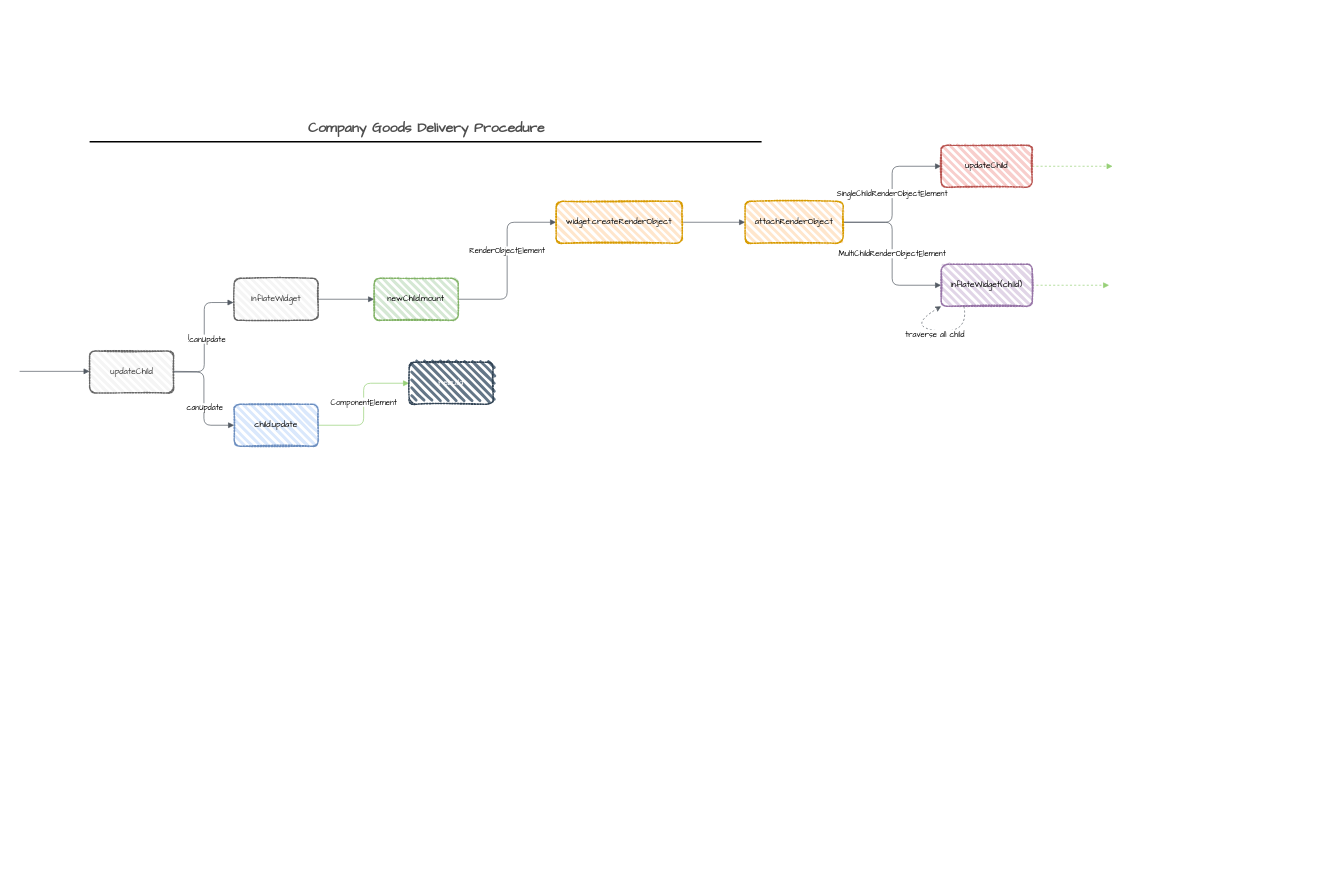
XVXVXXX/Algorithms keeps this draw.io diagram as Sort/Untitled Diagram.drawio. Above is the earlier version. Source tidied: cells renumbered, new cells numbered last; positions are measured from the earlier drawing's top-left corner, leaving out a move shared by most shapes. Both pictures are drawn from the tidied source at 70%, with x=0, y=0 at pixel (20, 117).
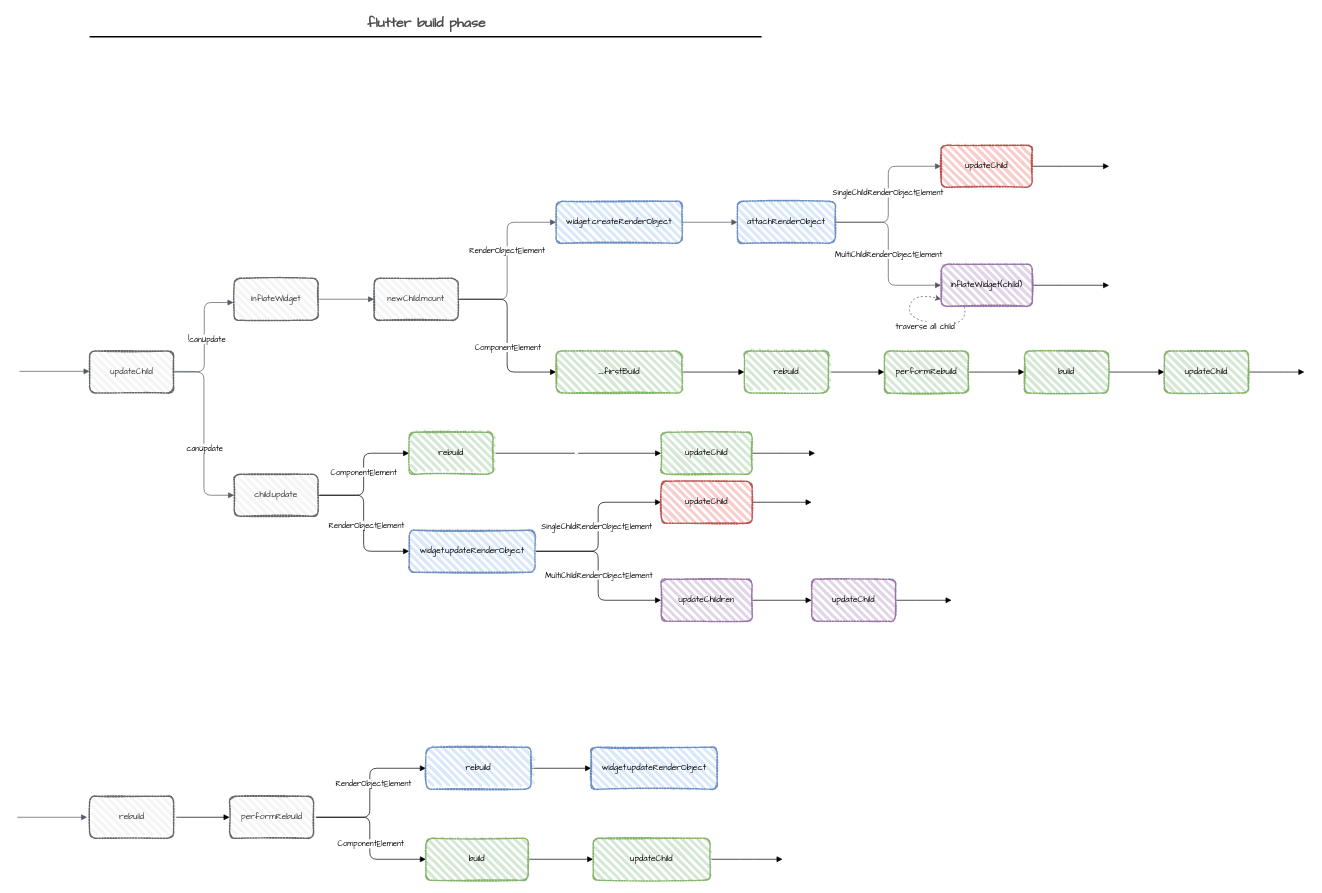
The same diagram, later.

The change refers to these unchanged cells:
```xml
<mxCell id="25" value="updateChild" style="whiteSpace=wrap;html=1;rounded=1;dashed=1;dashPattern=1 1;fontFamily=Comic Sans MS;strokeColor=#b85450;strokeWidth=2;fillColor=#f8cecc;sketch=1;fillWeight=4;hachureGap=8;hachureAngle=45;" parent="1" vertex="1">
  <mxGeometry x="1316" y="40" width="130" height="60" as="geometry" />
</mxCell>
<mxCell id="27" value="inflateWidget(child)" style="whiteSpace=wrap;html=1;rounded=1;dashed=1;dashPattern=1 1;fontFamily=Comic Sans MS;strokeColor=#9673a6;strokeWidth=2;fillColor=#e1d5e7;sketch=1;fillWeight=4;hachureGap=8;hachureAngle=45;" parent="1" vertex="1">
  <mxGeometry x="1316" y="210" width="130" height="60" as="geometry" />
</mxCell>
```

What changed in the source:
```diff
@@
-    <mxCell id="2" value="Company Goods Delivery Procedure" style="text;html=1;strokeColor=none;fillColor=none;align=center;verticalAlign=middle;whiteSpace=wrap;rounded=0;fontStyle=1;fontSize=20;fontColor=#4D4D4D;fontFamily=Comic Sans MS;" parent="1" vertex="1">
-      <mxGeometry x="185.5" width="790" height="30" as="geometry" />
+    <mxCell id="2" value="flutter build phase" style="text;html=1;strokeColor=none;fillColor=none;align=center;verticalAlign=middle;whiteSpace=wrap;rounded=0;fontStyle=1;fontSize=20;fontColor=#4D4D4D;fontFamily=Comic Sans MS;" parent="1" vertex="1">
+      <mxGeometry x="185.5" y="-150" width="790" height="30" as="geometry" />
     </mxCell>
     <mxCell id="3" style="line;strokeWidth=2;html=1;fontSize=20;fontColor=#4D4D4D;fontFamily=Comic Sans MS;" parent="1" vertex="1">
-      <mxGeometry x="99.5" y="30" width="960" height="10" as="geometry" />
+      <mxGeometry x="99.5" y="-120" width="960" height="10" as="geometry" />
     </mxCell>
@@
-    <mxCell id="8" style="edgeStyle=orthogonalEdgeStyle;rounded=1;sketch=0;jettySize=auto;html=1;shadow=0;endArrow=block;endFill=1;strokeColor=#97D077;fontFamily=Comic Sans MS;" parent="1" edge="1" source="10" target="30">
+    <mxCell id="8" style="edgeStyle=orthogonalEdgeStyle;rounded=1;sketch=0;jettySize=auto;html=1;shadow=0;endArrow=block;endFill=1;fontFamily=Comic Sans MS;" parent="1" edge="1" source="10" target="30">
       <mxGeometry relative="1" as="geometry" />
     </mxCell>
@@
+    <mxCell id="31" style="edgeStyle=orthogonalEdgeStyle;rounded=1;sketch=0;jettySize=auto;html=1;entryX=0;entryY=0.5;entryDx=0;entryDy=0;shadow=0;endArrow=block;endFill=1;strokeColor=#000000;fontFamily=Comic Sans MS;fontColor=#6C8EBF;" parent="1" edge="1" source="10" target="51">
+      <mxGeometry relative="1" as="geometry" />
+    </mxCell>
+    <mxCell id="32" value="&lt;span style=&quot;color: rgb(0 , 0 , 0)&quot;&gt;RenderObjectElement&lt;/span&gt;" style="edgeLabel;html=1;align=center;verticalAlign=middle;fontFamily=Comic Sans MS;fontColor=#6C8EBF;" parent="31" vertex="1">
+      <mxGeometry x="0.02" y="3" relative="1" as="geometry" />
+    </mxCell>
-    <mxCell id="10" value="child.update" style="rounded=1;whiteSpace=wrap;html=1;strokeWidth=2;fillWeight=4;hachureGap=8;hachureAngle=45;fillColor=#dae8fc;sketch=1;dashed=1;dashPattern=1 1;strokeColor=#6c8ebf;fontFamily=Comic Sans MS;" parent="1" vertex="1">
-      <mxGeometry x="306" y="410" width="120" height="60" as="geometry" />
+    <mxCell id="10" value="child.update" style="rounded=1;whiteSpace=wrap;html=1;strokeWidth=2;fillWeight=4;hachureGap=8;hachureAngle=45;fillColor=#f5f5f5;sketch=1;dashed=1;dashPattern=1 1;strokeColor=#666666;fontFamily=Comic Sans MS;fontColor=#333333;" parent="1" vertex="1">
+      <mxGeometry x="306" y="510" width="120" height="60" as="geometry" />
     </mxCell>
@@
+    <mxCell id="33" style="edgeStyle=orthogonalEdgeStyle;rounded=1;sketch=0;jettySize=auto;html=1;entryX=0;entryY=0.5;entryDx=0;entryDy=0;shadow=0;endArrow=block;endFill=1;strokeColor=#000000;fontFamily=Comic Sans MS;" parent="1" edge="1" source="17" target="38">
+      <mxGeometry relative="1" as="geometry" />
+    </mxCell>
+    <mxCell id="34" value="ComponentElement" style="edgeLabel;html=1;align=center;verticalAlign=middle;fontFamily=Comic Sans MS;" parent="33" vertex="1">
+      <mxGeometry x="0.13" relative="1" as="geometry" />
+    </mxCell>
-    <mxCell id="17" value="newChild.mount" style="whiteSpace=wrap;html=1;rounded=1;dashed=1;dashPattern=1 1;fontFamily=Comic Sans MS;strokeColor=#82b366;strokeWidth=2;fillColor=#d5e8d4;sketch=1;fillWeight=4;hachureGap=8;hachureAngle=45;" parent="1" vertex="1">
+    <mxCell id="17" value="newChild.mount" style="whiteSpace=wrap;html=1;rounded=1;dashed=1;dashPattern=1 1;fontFamily=Comic Sans MS;strokeColor=#666666;strokeWidth=2;fillColor=#f5f5f5;sketch=1;fillWeight=4;hachureGap=8;hachureAngle=45;fontColor=#333333;" parent="1" vertex="1">
       <mxGeometry x="506" y="230" width="120" height="60" as="geometry" />
     </mxCell>
@@
-    <mxCell id="19" value="widget.createRenderObject" style="whiteSpace=wrap;html=1;rounded=1;dashed=1;dashPattern=1 1;fontFamily=Comic Sans MS;strokeColor=#d79b00;strokeWidth=2;fillColor=#ffe6cc;sketch=1;fillWeight=4;hachureGap=8;hachureAngle=45;" parent="1" vertex="1">
+    <mxCell id="19" value="widget.createRenderObject" style="whiteSpace=wrap;html=1;rounded=1;dashed=1;dashPattern=1 1;fontFamily=Comic Sans MS;strokeColor=#6c8ebf;strokeWidth=2;fillColor=#dae8fc;sketch=1;fillWeight=4;hachureGap=8;hachureAngle=45;" parent="1" vertex="1">
       <mxGeometry x="766" y="120" width="180" height="60" as="geometry" />
     </mxCell>
@@
-    <mxCell id="23" value="attachRenderObject" style="whiteSpace=wrap;html=1;rounded=1;dashed=1;dashPattern=1 1;fontFamily=Comic Sans MS;strokeColor=#d79b00;strokeWidth=2;fillColor=#ffe6cc;sketch=1;fillWeight=4;hachureGap=8;hachureAngle=45;" parent="1" vertex="1">
-      <mxGeometry x="1036" y="120" width="140" height="60" as="geometry" />
+    <mxCell id="23" value="attachRenderObject" style="whiteSpace=wrap;html=1;rounded=1;dashed=1;dashPattern=1 1;fontFamily=Comic Sans MS;strokeColor=#6c8ebf;strokeWidth=2;fillColor=#dae8fc;sketch=1;fillWeight=4;hachureGap=8;hachureAngle=45;" parent="1" vertex="1">
+      <mxGeometry x="1025" y="120" width="140" height="60" as="geometry" />
     </mxCell>
-    <mxCell id="24" style="edgeStyle=orthogonalEdgeStyle;rounded=1;jettySize=auto;html=1;shadow=0;dashed=1;endArrow=block;endFill=1;fontFamily=Comic Sans MS;strokeColor=#97D077;" parent="1" edge="1" source="25">
+    <mxCell id="24" style="edgeStyle=orthogonalEdgeStyle;rounded=1;jettySize=auto;html=1;shadow=0;endArrow=block;endFill=1;fontFamily=Comic Sans MS;" parent="1" edge="1" source="25">
       <mxGeometry relative="1" as="geometry">
-        <mxPoint x="1561" y="70" as="targetPoint" />
+        <mxPoint x="1556" y="70" as="targetPoint" />
       </mxGeometry>
     </mxCell>
@@
-    <mxCell id="26" style="edgeStyle=orthogonalEdgeStyle;rounded=1;sketch=0;jettySize=auto;html=1;shadow=0;dashed=1;endArrow=block;endFill=1;fontFamily=Comic Sans MS;strokeColor=#97D077;" parent="1" edge="1" source="27">
+    <mxCell id="26" style="edgeStyle=orthogonalEdgeStyle;rounded=1;sketch=0;jettySize=auto;html=1;shadow=0;endArrow=block;endFill=1;fontFamily=Comic Sans MS;" parent="1" edge="1" source="27">
       <mxGeometry relative="1" as="geometry">
         <mxPoint x="1556" y="240" as="targetPoint" />
       </mxGeometry>
     </mxCell>
@@
-    <mxCell id="28" style="curved=1;endArrow=classic;html=1;shadow=0;strokeColor=#545B64;fontFamily=Comic Sans MS;exitX=0.25;exitY=1;exitDx=0;exitDy=0;entryX=0;entryY=1;entryDx=0;entryDy=0;dashed=1;" parent="1" edge="1" source="27" target="27">
+    <mxCell id="28" style="curved=1;endArrow=classic;html=1;shadow=0;strokeColor=#545B64;fontFamily=Comic Sans MS;entryX=0;entryY=1;entryDx=0;entryDy=0;dashed=1;" parent="1" edge="1">
       <mxGeometry relative="1" as="geometry">
+        <mxPoint x="1349" y="270" as="sourcePoint" />
+        <mxPoint x="1316" y="260" as="targetPoint" />
         <Array as="points">
-          <mxPoint x="1356" y="310" />
-          <mxPoint x="1266" y="300" />
+          <mxPoint x="1356" y="300" />
+          <mxPoint x="1266" y="290" />
+          <mxPoint x="1276" y="250" />
         </Array>
       </mxGeometry>
     </mxCell>
@@
+    <mxCell id="35" style="edgeStyle=orthogonalEdgeStyle;rounded=1;sketch=0;jettySize=auto;html=1;shadow=0;endArrow=block;endFill=1;strokeColor=#000000;fontFamily=Comic Sans MS;fontColor=#6C8EBF;entryX=0;entryY=0.5;entryDx=0;entryDy=0;" parent="1" edge="1" source="30" target="62">
+      <mxGeometry relative="1" as="geometry" />
+    </mxCell>
+    <mxCell id="36" value="···" style="edgeLabel;html=1;align=center;verticalAlign=middle;fontFamily=Comic Sans MS;fontColor=#6C8EBF;" parent="35" vertex="1">
+      <mxGeometry x="-0.02" y="-1" relative="1" as="geometry" />
+    </mxCell>
-    <mxCell id="30" value="rebuild" style="whiteSpace=wrap;html=1;rounded=1;dashed=1;dashPattern=1 1;fontFamily=Comic Sans MS;strokeColor=#314354;strokeWidth=2;fillColor=#647687;sketch=1;fillWeight=4;hachureGap=8;hachureAngle=45;fontColor=#ffffff;" parent="1" vertex="1">
-      <mxGeometry x="556" y="350" width="120" height="60" as="geometry" />
+    <mxCell id="30" value="rebuild" style="whiteSpace=wrap;html=1;rounded=1;dashed=1;dashPattern=1 1;fontFamily=Comic Sans MS;strokeColor=#82b366;strokeWidth=2;fillColor=#d5e8d4;sketch=1;fillWeight=4;hachureGap=8;hachureAngle=45;" parent="1" vertex="1">
+      <mxGeometry x="556" y="450" width="120" height="60" as="geometry" />
     </mxCell>
+    <mxCell id="37" style="edgeStyle=orthogonalEdgeStyle;rounded=1;sketch=0;jettySize=auto;html=1;shadow=0;endArrow=block;endFill=1;strokeColor=#000000;fontFamily=Comic Sans MS;" parent="1" edge="1" source="38" target="40">
+      <mxGeometry relative="1" as="geometry" />
+    </mxCell>
+    <mxCell id="38" value="_firstBuild" style="whiteSpace=wrap;html=1;rounded=1;dashed=1;dashPattern=1 1;fontFamily=Comic Sans MS;strokeColor=#82b366;strokeWidth=2;fillColor=#d5e8d4;sketch=1;fillWeight=4;hachureGap=8;hachureAngle=45;" parent="1" vertex="1">
+      <mxGeometry x="766" y="334" width="180" height="60" as="geometry" />
+    </mxCell>
+    <mxCell id="39" style="edgeStyle=orthogonalEdgeStyle;rounded=1;sketch=0;jettySize=auto;html=1;shadow=0;endArrow=block;endFill=1;strokeColor=#000000;fontFamily=Comic Sans MS;" parent="1" edge="1" source="40" target="42">
+      <mxGeometry relative="1" as="geometry" />
+    </mxCell>
+    <mxCell id="40" value="rebuild" style="whiteSpace=wrap;html=1;rounded=1;dashed=1;dashPattern=1 1;fontFamily=Comic Sans MS;strokeColor=#82b366;strokeWidth=2;fillColor=#d5e8d4;sketch=1;fillWeight=4;hachureGap=8;hachureAngle=45;" parent="1" vertex="1">
+      <mxGeometry x="1035" y="334" width="120" height="60" as="geometry" />
+    </mxCell>
+    <mxCell id="41" style="edgeStyle=orthogonalEdgeStyle;rounded=1;sketch=0;jettySize=auto;html=1;shadow=0;endArrow=block;endFill=1;strokeColor=#000000;fontFamily=Comic Sans MS;" parent="1" edge="1" source="42" target="44">
+      <mxGeometry relative="1" as="geometry" />
+    </mxCell>
+    <mxCell id="42" value="performRebuild" style="whiteSpace=wrap;html=1;rounded=1;dashed=1;dashPattern=1 1;fontFamily=Comic Sans MS;strokeColor=#82b366;strokeWidth=2;fillColor=#d5e8d4;sketch=1;fillWeight=4;hachureGap=8;hachureAngle=45;" parent="1" vertex="1">
+      <mxGeometry x="1235" y="334" width="120" height="60" as="geometry" />
+    </mxCell>
+    <mxCell id="43" style="edgeStyle=orthogonalEdgeStyle;rounded=1;sketch=0;jettySize=auto;html=1;shadow=0;endArrow=block;endFill=1;strokeColor=#000000;fontFamily=Comic Sans MS;" parent="1" edge="1" source="44" target="46">
+      <mxGeometry relative="1" as="geometry" />
+    </mxCell>
+    <mxCell id="44" value="build" style="whiteSpace=wrap;html=1;rounded=1;dashed=1;dashPattern=1 1;fontFamily=Comic Sans MS;strokeColor=#82b366;strokeWidth=2;fillColor=#d5e8d4;sketch=1;fillWeight=4;hachureGap=8;hachureAngle=45;" parent="1" vertex="1">
+      <mxGeometry x="1435" y="334" width="120" height="60" as="geometry" />
+    </mxCell>
+    <mxCell id="45" style="edgeStyle=orthogonalEdgeStyle;rounded=1;sketch=0;jettySize=auto;html=1;shadow=0;endArrow=block;endFill=1;strokeColor=#000000;fontFamily=Comic Sans MS;fontColor=#6C8EBF;" parent="1" edge="1" source="46">
+      <mxGeometry relative="1" as="geometry">
+        <mxPoint x="1835" y="364" as="targetPoint" />
+      </mxGeometry>
+    </mxCell>
+    <mxCell id="46" value="updateChild" style="whiteSpace=wrap;html=1;rounded=1;dashed=1;dashPattern=1 1;fontFamily=Comic Sans MS;strokeColor=#82b366;strokeWidth=2;fillColor=#d5e8d4;sketch=1;fillWeight=4;hachureGap=8;hachureAngle=45;" parent="1" vertex="1">
+      <mxGeometry x="1635" y="334" width="120" height="60" as="geometry" />
+    </mxCell>
+    <mxCell id="47" style="edgeStyle=orthogonalEdgeStyle;rounded=1;sketch=0;jettySize=auto;html=1;shadow=0;endArrow=block;endFill=1;strokeColor=#000000;fontFamily=Comic Sans MS;fontColor=#6C8EBF;entryX=0;entryY=0.5;entryDx=0;entryDy=0;" parent="1" edge="1" source="51" target="53">
+      <mxGeometry relative="1" as="geometry" />
+    </mxCell>
+    <mxCell id="48" value="&lt;span style=&quot;color: rgb(0 , 0 , 0)&quot;&gt;SingleChildRenderObjectElement&lt;/span&gt;" style="edgeLabel;html=1;align=center;verticalAlign=middle;fontFamily=Comic Sans MS;fontColor=#6C8EBF;" parent="47" vertex="1">
+      <mxGeometry x="0.01" y="3" relative="1" as="geometry" />
+    </mxCell>
+    <mxCell id="49" style="edgeStyle=orthogonalEdgeStyle;rounded=1;sketch=0;jettySize=auto;html=1;entryX=0;entryY=0.5;entryDx=0;entryDy=0;shadow=0;endArrow=block;endFill=1;strokeColor=#000000;fontFamily=Comic Sans MS;fontColor=#6C8EBF;" parent="1" edge="1" source="51" target="55">
+      <mxGeometry relative="1" as="geometry" />
+    </mxCell>
+    <mxCell id="50" value="&lt;span style=&quot;color: rgb(0 , 0 , 0)&quot;&gt;MultiChildRenderObjectElement&lt;/span&gt;" style="edgeLabel;html=1;align=center;verticalAlign=middle;fontFamily=Comic Sans MS;fontColor=#6C8EBF;" parent="49" vertex="1">
+      <mxGeometry x="-0.02" relative="1" as="geometry" />
+    </mxCell>
+    <mxCell id="51" value="widget.updateRenderObject" style="whiteSpace=wrap;html=1;rounded=1;dashed=1;dashPattern=1 1;fontFamily=Comic Sans MS;strokeColor=#6c8ebf;strokeWidth=2;fillColor=#dae8fc;sketch=1;fillWeight=4;hachureGap=8;hachureAngle=45;" parent="1" vertex="1">
+      <mxGeometry x="556" y="590" width="180" height="60" as="geometry" />
+    </mxCell>
+    <mxCell id="52" style="edgeStyle=orthogonalEdgeStyle;rounded=1;sketch=0;jettySize=auto;html=1;shadow=0;endArrow=block;endFill=1;strokeColor=#000000;fontFamily=Comic Sans MS;fontColor=#6C8EBF;" parent="1" edge="1" source="53">
+      <mxGeometry relative="1" as="geometry">
+        <mxPoint x="1131" y="550" as="targetPoint" />
+      </mxGeometry>
+    </mxCell>
+    <mxCell id="53" value="updateChild" style="whiteSpace=wrap;html=1;rounded=1;dashed=1;dashPattern=1 1;fontFamily=Comic Sans MS;strokeColor=#b85450;strokeWidth=2;fillColor=#f8cecc;sketch=1;fillWeight=4;hachureGap=8;hachureAngle=45;" parent="1" vertex="1">
+      <mxGeometry x="916" y="520" width="130" height="60" as="geometry" />
+    </mxCell>
+    <mxCell id="54" style="edgeStyle=orthogonalEdgeStyle;rounded=1;sketch=0;jettySize=auto;html=1;shadow=0;endArrow=block;endFill=1;strokeColor=#000000;fontFamily=Comic Sans MS;fontColor=#6C8EBF;" parent="1" edge="1" source="55" target="57">
+      <mxGeometry relative="1" as="geometry" />
+    </mxCell>
+    <mxCell id="55" value="updateChildren" style="whiteSpace=wrap;html=1;rounded=1;dashed=1;dashPattern=1 1;fontFamily=Comic Sans MS;strokeColor=#9673a6;strokeWidth=2;fillColor=#e1d5e7;sketch=1;fillWeight=4;hachureGap=8;hachureAngle=45;" parent="1" vertex="1">
+      <mxGeometry x="916" y="660" width="130" height="60" as="geometry" />
+    </mxCell>
+    <mxCell id="56" style="edgeStyle=orthogonalEdgeStyle;rounded=1;sketch=0;jettySize=auto;html=1;shadow=0;endArrow=block;endFill=1;strokeColor=#000000;fontFamily=Comic Sans MS;fontColor=#6C8EBF;" parent="1" edge="1" source="57">
+      <mxGeometry relative="1" as="geometry">
+        <mxPoint x="1331" y="690" as="targetPoint" />
+      </mxGeometry>
+    </mxCell>
+    <mxCell id="57" value="&lt;span&gt;updateChild&lt;/span&gt;" style="whiteSpace=wrap;html=1;rounded=1;dashed=1;dashPattern=1 1;fontFamily=Comic Sans MS;strokeColor=#9673a6;strokeWidth=2;fillColor=#e1d5e7;sketch=1;fillWeight=4;hachureGap=8;hachureAngle=45;" parent="1" vertex="1">
+      <mxGeometry x="1131" y="660" width="120" height="60" as="geometry" />
+    </mxCell>
+    <mxCell id="58" style="edgeStyle=orthogonalEdgeStyle;rounded=1;sketch=0;jettySize=auto;html=1;shadow=0;endArrow=block;endFill=1;strokeColor=#000000;fontFamily=Comic Sans MS;fontColor=#6C8EBF;" parent="1" edge="1" source="59" target="67">
+      <mxGeometry relative="1" as="geometry" />
+    </mxCell>
+    <mxCell id="59" value="rebuild" style="rounded=1;whiteSpace=wrap;html=1;strokeWidth=2;fillWeight=4;hachureGap=8;hachureAngle=45;fillColor=#f5f5f5;sketch=1;dashed=1;dashPattern=1 1;strokeColor=#666666;fontFamily=Comic Sans MS;fontColor=#333333;" parent="1" vertex="1">
+      <mxGeometry x="99.5" y="970" width="120" height="60" as="geometry" />
+    </mxCell>
+    <mxCell id="60" style="edgeStyle=orthogonalEdgeStyle;html=1;endArrow=block;elbow=vertical;startArrow=none;endFill=1;strokeColor=#545B64;rounded=0;shadow=0;fontFamily=Comic Sans MS;" parent="1" edge="1">
+      <mxGeometry relative="1" as="geometry">
+        <mxPoint x="-4" y="1000" as="sourcePoint" />
+        <mxPoint x="96" y="1000" as="targetPoint" />
+      </mxGeometry>
+    </mxCell>
+    <mxCell id="61" style="edgeStyle=orthogonalEdgeStyle;rounded=1;sketch=0;jettySize=auto;html=1;shadow=0;endArrow=block;endFill=1;strokeColor=#000000;fontFamily=Comic Sans MS;fontColor=#6C8EBF;" parent="1" edge="1" source="62">
+      <mxGeometry relative="1" as="geometry">
+        <mxPoint x="1136" y="480" as="targetPoint" />
+      </mxGeometry>
+    </mxCell>
+    <mxCell id="62" value="updateChild" style="whiteSpace=wrap;html=1;rounded=1;dashed=1;dashPattern=1 1;fontFamily=Comic Sans MS;strokeColor=#82b366;strokeWidth=2;fillColor=#d5e8d4;sketch=1;fillWeight=4;hachureGap=8;hachureAngle=45;" parent="1" vertex="1">
+      <mxGeometry x="916" y="450" width="130" height="60" as="geometry" />
+    </mxCell>
+    <mxCell id="63" style="edgeStyle=orthogonalEdgeStyle;rounded=1;sketch=0;jettySize=auto;html=1;entryX=0;entryY=0.5;entryDx=0;entryDy=0;shadow=0;endArrow=block;endFill=1;strokeColor=#000000;fontFamily=Comic Sans MS;fontColor=#6C8EBF;" parent="1" edge="1" source="67" target="69">
+      <mxGeometry relative="1" as="geometry" />
+    </mxCell>
+    <mxCell id="64" value="&lt;span style=&quot;color: rgb(0 , 0 , 0)&quot;&gt;RenderObjectElement&lt;/span&gt;" style="edgeLabel;html=1;align=center;verticalAlign=middle;fontFamily=Comic Sans MS;fontColor=#6C8EBF;" parent="63" vertex="1">
+      <mxGeometry x="0.12" y="-5" relative="1" as="geometry" />
+    </mxCell>
+    <mxCell id="65" style="edgeStyle=orthogonalEdgeStyle;rounded=1;sketch=0;jettySize=auto;html=1;entryX=0;entryY=0.5;entryDx=0;entryDy=0;shadow=0;endArrow=block;endFill=1;strokeColor=#000000;fontFamily=Comic Sans MS;fontColor=#6C8EBF;" parent="1" edge="1" source="67" target="72">
+      <mxGeometry relative="1" as="geometry" />
+    </mxCell>
+    <mxCell id="66" value="&lt;span style=&quot;color: rgb(0 , 0 , 0)&quot;&gt;ComponentElement&lt;/span&gt;" style="edgeLabel;html=1;align=center;verticalAlign=middle;fontFamily=Comic Sans MS;fontColor=#6C8EBF;" parent="65" vertex="1">
+      <mxGeometry x="0.07" y="1" relative="1" as="geometry" />
+    </mxCell>
+    <mxCell id="67" value="performRebuild" style="whiteSpace=wrap;html=1;rounded=1;dashed=1;dashPattern=1 1;fontFamily=Comic Sans MS;fontColor=#333333;strokeColor=#666666;strokeWidth=2;fillColor=#f5f5f5;sketch=1;fillWeight=4;hachureGap=8;hachureAngle=45;" parent="1" vertex="1">
+      <mxGeometry x="299.5" y="970" width="120" height="60" as="geometry" />
+    </mxCell>
+    <mxCell id="68" style="edgeStyle=orthogonalEdgeStyle;rounded=1;sketch=0;jettySize=auto;html=1;shadow=0;endArrow=block;endFill=1;strokeColor=#000000;fontFamily=Comic Sans MS;fontColor=#6C8EBF;" parent="1" edge="1" source="69" target="70">
+      <mxGeometry relative="1" as="geometry" />
+    </mxCell>
+    <mxCell id="69" value="rebuild" style="whiteSpace=wrap;html=1;rounded=1;dashed=1;dashPattern=1 1;fontFamily=Comic Sans MS;strokeColor=#6c8ebf;strokeWidth=2;fillColor=#dae8fc;sketch=1;fillWeight=4;hachureGap=8;hachureAngle=45;" parent="1" vertex="1">
+      <mxGeometry x="580" y="900" width="150" height="60" as="geometry" />
+    </mxCell>
+    <mxCell id="70" value="widget.updateRenderObject" style="whiteSpace=wrap;html=1;rounded=1;dashed=1;dashPattern=1 1;fontFamily=Comic Sans MS;strokeColor=#6c8ebf;strokeWidth=2;fillColor=#dae8fc;sketch=1;fillWeight=4;hachureGap=8;hachureAngle=45;" parent="1" vertex="1">
+      <mxGeometry x="816" y="900" width="180" height="60" as="geometry" />
+    </mxCell>
+    <mxCell id="71" style="edgeStyle=orthogonalEdgeStyle;rounded=1;sketch=0;jettySize=auto;html=1;shadow=0;endArrow=block;endFill=1;strokeColor=#000000;fontFamily=Comic Sans MS;fontColor=#6C8EBF;" parent="1" edge="1" source="72" target="74">
+      <mxGeometry relative="1" as="geometry" />
+    </mxCell>
+    <mxCell id="72" value="build" style="whiteSpace=wrap;html=1;rounded=1;dashed=1;dashPattern=1 1;fontFamily=Comic Sans MS;strokeColor=#82b366;strokeWidth=2;fillColor=#d5e8d4;sketch=1;fillWeight=4;hachureGap=8;hachureAngle=45;" parent="1" vertex="1">
+      <mxGeometry x="580" y="1030" width="146" height="60" as="geometry" />
+    </mxCell>
+    <mxCell id="73" style="edgeStyle=orthogonalEdgeStyle;rounded=1;sketch=0;jettySize=auto;html=1;shadow=0;endArrow=block;endFill=1;strokeColor=#000000;fontFamily=Comic Sans MS;fontColor=#6C8EBF;" parent="1" edge="1" source="74">
+      <mxGeometry relative="1" as="geometry">
+        <mxPoint x="1089.5" y="1060" as="targetPoint" />
+      </mxGeometry>
+    </mxCell>
+    <mxCell id="74" value="updateChild" style="whiteSpace=wrap;html=1;rounded=1;dashed=1;dashPattern=1 1;fontFamily=Comic Sans MS;strokeColor=#82b366;strokeWidth=2;fillColor=#d5e8d4;sketch=1;fillWeight=4;hachureGap=8;hachureAngle=45;" parent="1" vertex="1">
+      <mxGeometry x="819" y="1030" width="167" height="60" as="geometry" />
+    </mxCell>
```
